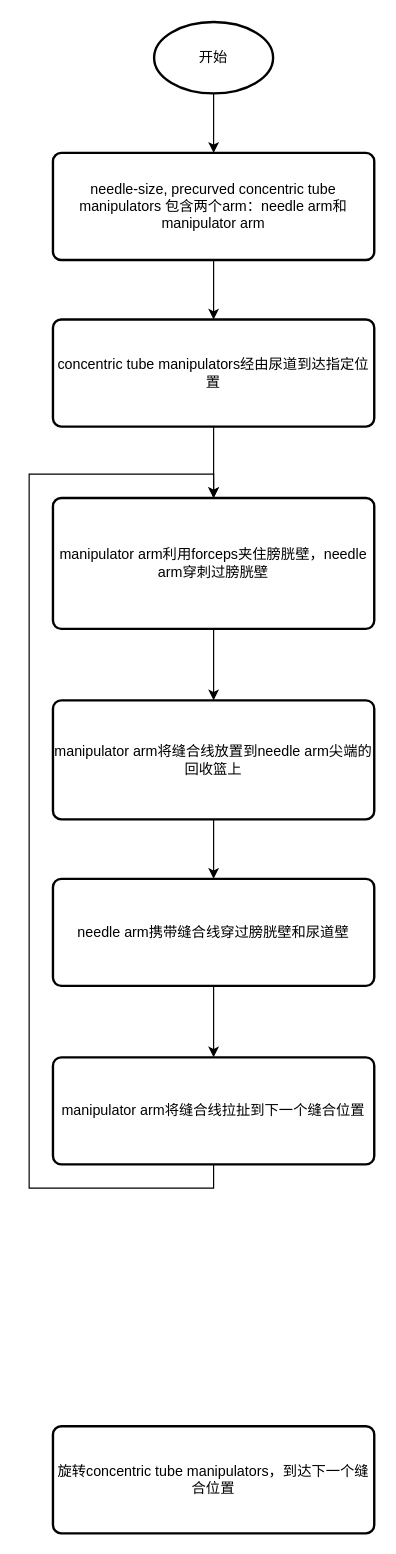
This is 未命名绘图.drawio from AngelHRay/draw.io, a draw.io file, before an edit. Source tidied: cells renumbered, new cells numbered last; positions are measured from the earlier drawing's top-left corner, leaving out a move shared by most shapes. Both pictures are drawn from the tidied source at 119%, with x=0, y=0 at pixel (29, 21).
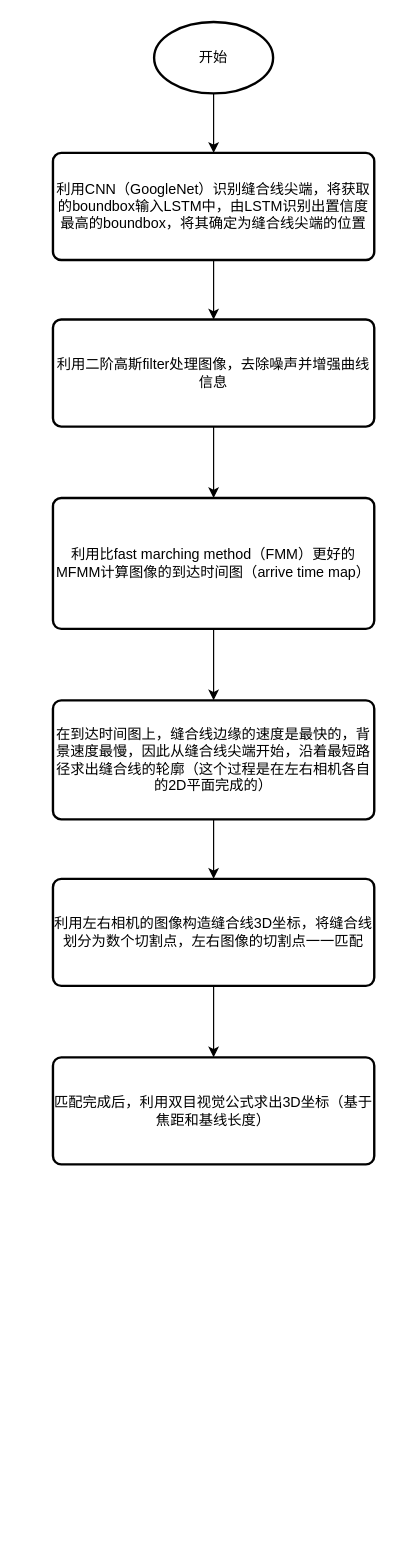
The same page after the edit.

Commit message (it also covers changes not shown here):
更新未命名绘图.drawio

The edit, as a diff of the source:
```diff
@@
 <mxGraphModel>
   <root>
     <mxCell id="0" />
     <mxCell id="1" parent="0" />
     <mxCell id="2" style="edgeStyle=orthogonalEdgeStyle;rounded=0;jettySize=auto;html=1;exitX=0.5;exitY=1;exitDx=0;exitDy=0;exitPerimeter=0;" parent="1" edge="1" source="3" target="5">
       <mxGeometry relative="1" as="geometry" />
     </mxCell>
     <mxCell id="3" value="开始" style="strokeWidth=2;html=1;shape=mxgraph.flowchart.start_1;whiteSpace=wrap;" parent="1" vertex="1">
       <mxGeometry x="105" width="100" height="60" as="geometry" />
     </mxCell>
     <mxCell id="4" style="edgeStyle=orthogonalEdgeStyle;rounded=0;jettySize=auto;html=1;exitX=0.5;exitY=1;exitDx=0;exitDy=0;" parent="1" edge="1" source="5" target="7">
       <mxGeometry relative="1" as="geometry" />
     </mxCell>
-    <mxCell id="5" value="needle-size, precurved concentric tube manipulators 包含两个arm：needle arm和manipulator arm" style="rounded=1;whiteSpace=wrap;html=1;absoluteArcSize=1;arcSize=14;strokeWidth=2;" parent="1" vertex="1">
+    <mxCell id="5" value="利用CNN（GoogleNet）识别缝合线尖端，将获取的boundbox输入LSTM中，由LSTM识别出置信度最高的boundbox，将其确定为缝合线尖端的位置" style="rounded=1;whiteSpace=wrap;html=1;absoluteArcSize=1;arcSize=14;strokeWidth=2;" parent="1" vertex="1">
       <mxGeometry x="20" y="110" width="270" height="90" as="geometry" />
     </mxCell>
     <mxCell id="6" style="edgeStyle=orthogonalEdgeStyle;rounded=0;jettySize=auto;html=1;exitX=0.5;exitY=1;exitDx=0;exitDy=0;" parent="1" edge="1" source="7" target="11">
       <mxGeometry relative="1" as="geometry" />
     </mxCell>
-    <mxCell id="7" value="concentric tube manipulators经由尿道到达指定位置" style="rounded=1;whiteSpace=wrap;html=1;absoluteArcSize=1;arcSize=14;strokeWidth=2;" parent="1" vertex="1">
+    <mxCell id="7" value="利用二阶高斯filter处理图像，去除噪声并增强曲线信息" style="rounded=1;whiteSpace=wrap;html=1;absoluteArcSize=1;arcSize=14;strokeWidth=2;" parent="1" vertex="1">
       <mxGeometry x="20" y="250" width="270" height="90" as="geometry" />
     </mxCell>
     <mxCell id="8" style="edgeStyle=orthogonalEdgeStyle;rounded=0;jettySize=auto;html=1;" parent="1" edge="1" source="9" target="13">
       <mxGeometry relative="1" as="geometry" />
     </mxCell>
-    <mxCell id="9" value="manipulator arm将缝合线放置到needle arm尖端的回收篮上" style="rounded=1;whiteSpace=wrap;html=1;absoluteArcSize=1;arcSize=14;strokeWidth=2;" parent="1" vertex="1">
+    <mxCell id="9" value="在到达时间图上，缝合线边缘的速度是最快的，背景速度最慢，因此从缝合线尖端开始，沿着最短路径求出缝合线的轮廓（这个过程是在左右相机各自的2D平面完成的）" style="rounded=1;whiteSpace=wrap;html=1;absoluteArcSize=1;arcSize=14;strokeWidth=2;" parent="1" vertex="1">
       <mxGeometry x="20" y="570" width="270" height="100" as="geometry" />
     </mxCell>
     <mxCell id="10" style="edgeStyle=orthogonalEdgeStyle;rounded=0;jettySize=auto;html=1;exitX=0.5;exitY=1;exitDx=0;exitDy=0;entryX=0.5;entryY=0;entryDx=0;entryDy=0;" parent="1" edge="1" source="11" target="9">
       <mxGeometry relative="1" as="geometry" />
     </mxCell>
-    <mxCell id="11" value="manipulator arm利用forceps夹住膀胱壁，needle arm穿刺过膀胱壁" style="rounded=1;whiteSpace=wrap;html=1;absoluteArcSize=1;arcSize=14;strokeWidth=2;" parent="1" vertex="1">
+    <mxCell id="11" value="利用比fast marching method（FMM）更好的MFMM计算图像的到达时间图（arrive time map）" style="rounded=1;whiteSpace=wrap;html=1;absoluteArcSize=1;arcSize=14;strokeWidth=2;" parent="1" vertex="1">
       <mxGeometry x="20" y="400" width="270" height="110" as="geometry" />
     </mxCell>
     <mxCell id="12" style="edgeStyle=orthogonalEdgeStyle;rounded=0;jettySize=auto;html=1;exitX=0.5;exitY=1;exitDx=0;exitDy=0;entryX=0.5;entryY=0;entryDx=0;entryDy=0;" parent="1" edge="1" source="13" target="15">
       <mxGeometry relative="1" as="geometry" />
     </mxCell>
-    <mxCell id="13" value="needle arm携带缝合线穿过膀胱壁和尿道壁" style="rounded=1;whiteSpace=wrap;html=1;absoluteArcSize=1;arcSize=14;strokeWidth=2;" parent="1" vertex="1">
+    <mxCell id="13" value="利用左右相机的图像构造缝合线3D坐标，将缝合线划分为数个切割点，左右图像的切割点一一匹配" style="rounded=1;whiteSpace=wrap;html=1;absoluteArcSize=1;arcSize=14;strokeWidth=2;" parent="1" vertex="1">
       <mxGeometry x="20" y="720" width="270" height="90" as="geometry" />
     </mxCell>
-    <mxCell id="14" style="edgeStyle=orthogonalEdgeStyle;rounded=0;jettySize=auto;html=1;exitX=0.5;exitY=1;exitDx=0;exitDy=0;entryX=0.5;entryY=0;entryDx=0;entryDy=0;" parent="1" edge="1" source="15" target="11">
-      <mxGeometry relative="1" as="geometry">
-        <Array as="points">
-          <mxPoint x="155" y="980" />
-          <mxPoint y="980" />
-          <mxPoint y="380" />
-          <mxPoint x="155" y="380" />
-        </Array>
-      </mxGeometry>
-    </mxCell>
-    <mxCell id="15" value="manipulator arm将缝合线拉扯到下一个缝合位置" style="rounded=1;whiteSpace=wrap;html=1;absoluteArcSize=1;arcSize=14;strokeWidth=2;" parent="1" vertex="1">
+    <mxCell id="15" value="匹配完成后，利用双目视觉公式求出3D坐标（基于焦距和基线长度）" style="rounded=1;whiteSpace=wrap;html=1;absoluteArcSize=1;arcSize=14;strokeWidth=2;" parent="1" vertex="1">
       <mxGeometry x="20" y="870" width="270" height="90" as="geometry" />
     </mxCell>
-    <mxCell id="16" value="旋转concentric tube manipulators，到达下一个缝合位置" style="rounded=1;whiteSpace=wrap;html=1;absoluteArcSize=1;arcSize=14;strokeWidth=2;" parent="1" vertex="1">
-      <mxGeometry x="20" y="1180" width="270" height="90" as="geometry" />
-    </mxCell>
   </root>
 </mxGraphModel>
```
